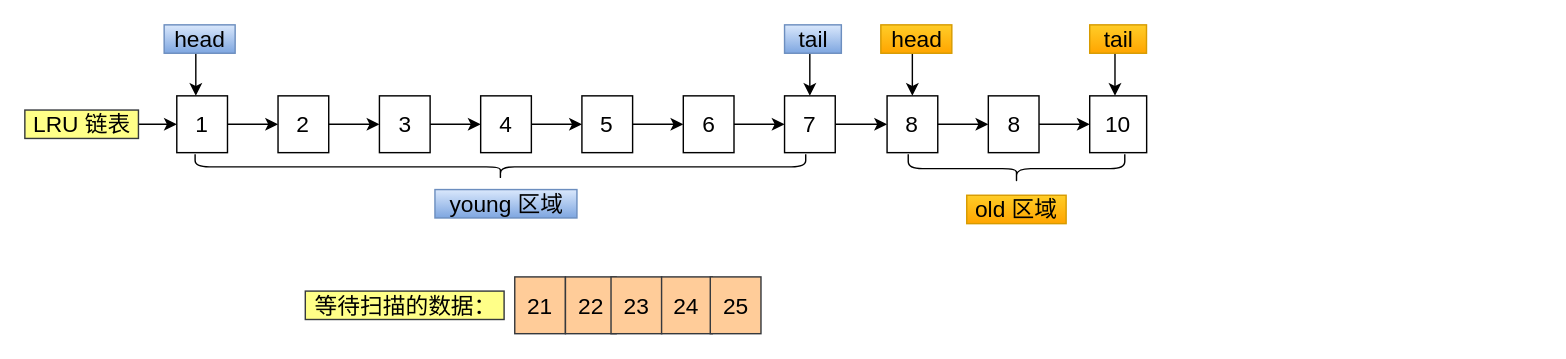
Before: mysql/innodb/lruthree.drawio in xiaolincoder/ImageHost4, a draw.io diagram. Source tidied: cells renumbered, new cells numbered last; positions are measured from the earlier drawing's top-left corner, leaving out a move shared by most shapes. Both pictures are drawn from the tidied source at 142%, with x=0, y=0 at pixel (24, -139).
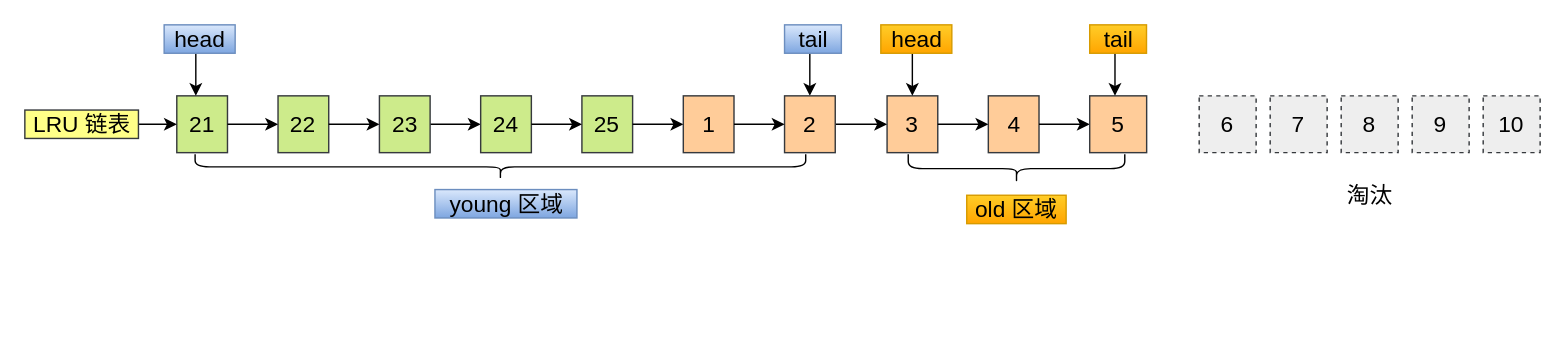
After the change.

What changed in the source:
```diff
@@
-    <mxCell id="2" value="1" style="rounded=0;whiteSpace=wrap;html=1;fontSize=16;" parent="1" vertex="1">
+    <mxCell id="2" value="21" style="rounded=0;whiteSpace=wrap;html=1;fontSize=16;fillColor=#cdeb8b;strokeColor=#36393d;" parent="1" vertex="1">
       <mxGeometry x="107" y="165" width="35.7" height="40" as="geometry" />
     </mxCell>
@@
-    <mxCell id="5" value="2" style="rounded=0;whiteSpace=wrap;html=1;fontSize=16;" parent="1" vertex="1">
+    <mxCell id="5" value="22" style="rounded=0;whiteSpace=wrap;html=1;fontSize=16;fillColor=#cdeb8b;strokeColor=#36393d;" parent="1" vertex="1">
       <mxGeometry x="178.3" y="165" width="35.7" height="40" as="geometry" />
     </mxCell>
@@
-    <mxCell id="11" value="3" style="rounded=0;whiteSpace=wrap;html=1;fontSize=16;" parent="1" vertex="1">
+    <mxCell id="11" value="23" style="rounded=0;whiteSpace=wrap;html=1;fontSize=16;fillColor=#cdeb8b;strokeColor=#36393d;" parent="1" vertex="1">
       <mxGeometry x="249.7" y="165" width="35.7" height="40" as="geometry" />
     </mxCell>
@@
-    <mxCell id="13" value="8" style="rounded=0;whiteSpace=wrap;html=1;fontSize=16;" parent="1" vertex="1">
+    <mxCell id="13" value="3" style="rounded=0;whiteSpace=wrap;html=1;fontSize=16;fillColor=#ffcc99;strokeColor=#36393d;" parent="1" vertex="1">
       <mxGeometry x="607.2" y="165" width="35.7" height="40" as="geometry" />
     </mxCell>
@@
-    <mxCell id="16" value="8" style="rounded=0;whiteSpace=wrap;html=1;fontSize=16;" parent="1" vertex="1">
+    <mxCell id="16" value="4" style="rounded=0;whiteSpace=wrap;html=1;fontSize=16;fillColor=#ffcc99;strokeColor=#36393d;" parent="1" vertex="1">
       <mxGeometry x="678.5" y="165" width="35.7" height="40" as="geometry" />
     </mxCell>
@@
-    <mxCell id="19" value="10" style="rounded=0;whiteSpace=wrap;html=1;fontSize=16;" parent="1" vertex="1">
+    <mxCell id="19" value="5" style="rounded=0;whiteSpace=wrap;html=1;fontSize=16;fillColor=#ffcc99;strokeColor=#36393d;" parent="1" vertex="1">
       <mxGeometry x="749.9" y="165" width="40.1" height="40" as="geometry" />
     </mxCell>
@@
-    <mxCell id="27" value="4" style="rounded=0;whiteSpace=wrap;html=1;fontSize=16;" parent="1" vertex="1">
+    <mxCell id="27" value="24" style="rounded=0;whiteSpace=wrap;html=1;fontSize=16;fillColor=#cdeb8b;strokeColor=#36393d;" parent="1" vertex="1">
       <mxGeometry x="321" y="165" width="35.7" height="40" as="geometry" />
     </mxCell>
-    <mxCell id="28" value="5" style="rounded=0;whiteSpace=wrap;html=1;fontSize=16;" parent="1" vertex="1">
+    <mxCell id="28" value="25" style="rounded=0;whiteSpace=wrap;html=1;fontSize=16;fillColor=#cdeb8b;strokeColor=#36393d;" parent="1" vertex="1">
       <mxGeometry x="392.3" y="165" width="35.7" height="40" as="geometry" />
     </mxCell>
@@
-    <mxCell id="30" value="6" style="rounded=0;whiteSpace=wrap;html=1;fontSize=16;" parent="1" vertex="1">
+    <mxCell id="30" value="1" style="rounded=0;whiteSpace=wrap;html=1;fontSize=16;fillColor=#ffcc99;strokeColor=#36393d;" parent="1" vertex="1">
       <mxGeometry x="463.7" y="165" width="35.7" height="40" as="geometry" />
     </mxCell>
@@
-    <mxCell id="33" value="7" style="rounded=0;whiteSpace=wrap;html=1;fontSize=16;" parent="1" vertex="1">
+    <mxCell id="33" value="2" style="rounded=0;whiteSpace=wrap;html=1;fontSize=16;fillColor=#ffcc99;strokeColor=#36393d;" parent="1" vertex="1">
       <mxGeometry x="535" y="165" width="35.7" height="40" as="geometry" />
     </mxCell>
@@
-    <mxCell id="35" value="21" style="rounded=0;whiteSpace=wrap;html=1;fontSize=16;fillColor=#ffcc99;strokeColor=#36393d;" parent="1" vertex="1">
-      <mxGeometry x="345" y="292.5" width="35.7" height="40" as="geometry" />
-    </mxCell>
-    <mxCell id="36" value="22" style="rounded=0;whiteSpace=wrap;html=1;fontSize=16;fillColor=#ffcc99;strokeColor=#36393d;" parent="1" vertex="1">
-      <mxGeometry x="380.7" y="292.5" width="35.7" height="40" as="geometry" />
-    </mxCell>
-    <mxCell id="37" value="23" style="rounded=0;whiteSpace=wrap;html=1;fontSize=16;fillColor=#ffcc99;strokeColor=#36393d;" parent="1" vertex="1">
-      <mxGeometry x="412.8" y="292.5" width="35.7" height="40" as="geometry" />
-    </mxCell>
-    <mxCell id="38" value="24" style="rounded=0;whiteSpace=wrap;html=1;fontSize=16;fillColor=#ffcc99;strokeColor=#36393d;" parent="1" vertex="1">
-      <mxGeometry x="448.4" y="292.5" width="35.7" height="40" as="geometry" />
-    </mxCell>
-    <mxCell id="39" value="25" style="rounded=0;whiteSpace=wrap;html=1;fontSize=16;fillColor=#ffcc99;strokeColor=#36393d;" parent="1" vertex="1">
-      <mxGeometry x="482.7" y="292.5" width="35.7" height="40" as="geometry" />
-    </mxCell>
-    <mxCell id="40" value="等待扫描的数据：" style="text;html=1;align=center;verticalAlign=middle;fontSize=16;fillColor=#ffff88;strokeColor=#36393d;" parent="1" vertex="1">
-      <mxGeometry x="197.5" y="302.5" width="140" height="20" as="geometry" />
-    </mxCell>
+    <mxCell id="41" value="6" style="rounded=0;whiteSpace=wrap;html=1;fontSize=16;fillColor=#eeeeee;strokeColor=#36393d;dashed=1;" parent="1" vertex="1">
+      <mxGeometry x="827" y="165" width="40.1" height="40" as="geometry" />
+    </mxCell>
+    <mxCell id="42" value="7" style="rounded=0;whiteSpace=wrap;html=1;fontSize=16;fillColor=#eeeeee;strokeColor=#36393d;dashed=1;" parent="1" vertex="1">
+      <mxGeometry x="877" y="165" width="40.1" height="40" as="geometry" />
+    </mxCell>
+    <mxCell id="43" value="8" style="rounded=0;whiteSpace=wrap;html=1;fontSize=16;fillColor=#eeeeee;strokeColor=#36393d;dashed=1;" parent="1" vertex="1">
+      <mxGeometry x="927" y="165" width="40.1" height="40" as="geometry" />
+    </mxCell>
+    <mxCell id="44" value="9" style="rounded=0;whiteSpace=wrap;html=1;fontSize=16;fillColor=#eeeeee;strokeColor=#36393d;dashed=1;" parent="1" vertex="1">
+      <mxGeometry x="977" y="165" width="40.1" height="40" as="geometry" />
+    </mxCell>
+    <mxCell id="45" value="10" style="rounded=0;whiteSpace=wrap;html=1;fontSize=16;fillColor=#eeeeee;strokeColor=#36393d;dashed=1;" parent="1" vertex="1">
+      <mxGeometry x="1027" y="165" width="40.1" height="40" as="geometry" />
+    </mxCell>
+    <mxCell id="46" value="淘汰" style="text;html=1;align=center;verticalAlign=middle;strokeColor=none;fillColor=none;fontSize=16;" parent="1" vertex="1">
+      <mxGeometry x="922.1" y="225" width="50" height="20" as="geometry" />
+    </mxCell>
```
